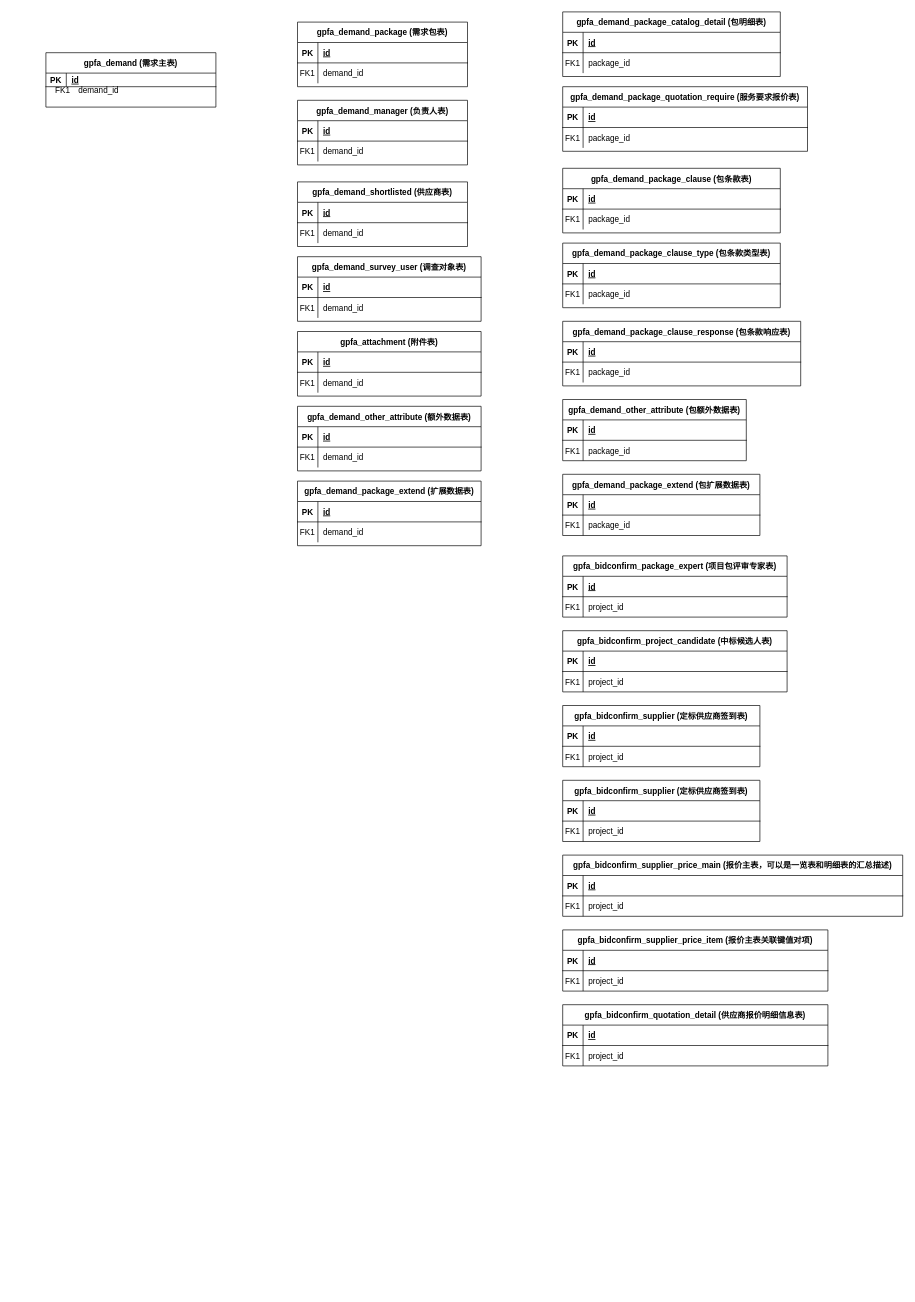
This is demand_data_hierarchy.drawio from dernight1/draw.io, a draw.io file, before an edit. Source tidied: cells renumbered, new cells numbered last; positions are measured from the earlier drawing's top-left corner, leaving out a move shared by most shapes. Both pictures are drawn from the tidied source at 68%, with x=0, y=0 at pixel (46, 12).
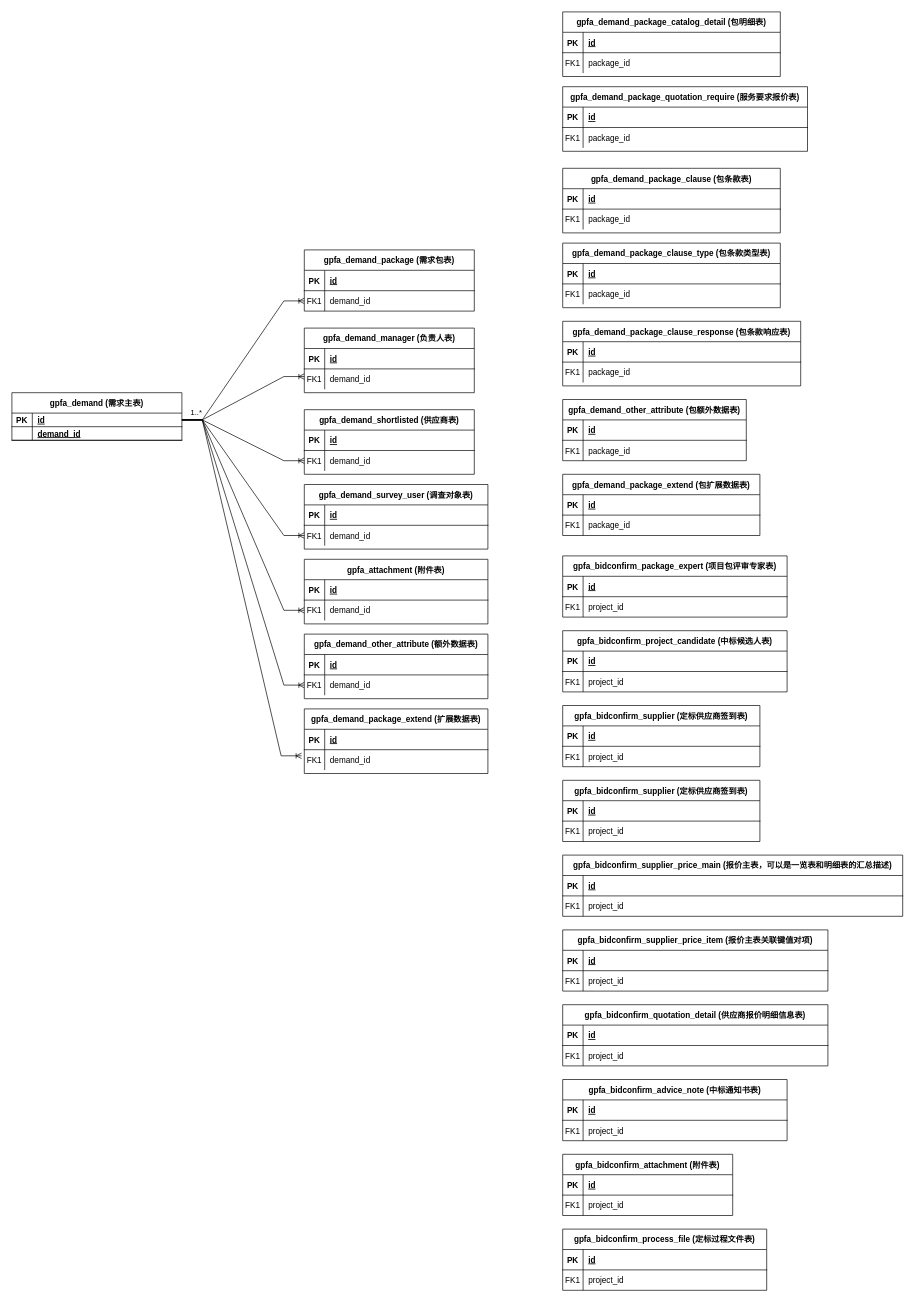
Above is the later version.

Unchanged cells that the change refers to:
```xml
<mxCell id="6" style="shape=partialRectangle;fillColor=none;points=[[0,0.5],[1,0.5]];portConstraint=eastwest;top=0;left=0;right=0;bottom=0;" parent="2" vertex="1">
  <mxGeometry y="60" width="250" height="30" as="geometry" />
</mxCell>
<mxCell id="10" style="shape=partialRectangle;fillColor=none;points=[[0,0.5],[1,0.5]];portConstraint=eastwest;top=0;left=0;right=0;bottom=1;" parent="9" vertex="1">
  <mxGeometry y="30" width="250" height="20" as="geometry" />
</mxCell>
<mxCell id="34" style="shape=partialRectangle;fillColor=none;points=[[0,0.5],[1,0.5]];portConstraint=eastwest;top=0;left=0;right=0;bottom=0;" parent="30" vertex="1">
  <mxGeometry y="60" width="250" height="30" as="geometry" />
</mxCell>
<mxCell id="41" style="shape=partialRectangle;fillColor=none;points=[[0,0.5],[1,0.5]];portConstraint=eastwest;top=0;left=0;right=0;bottom=0;" parent="37" vertex="1">
  <mxGeometry y="60" width="270" height="30" as="geometry" />
</mxCell>
<mxCell id="48" style="shape=partialRectangle;fillColor=none;points=[[0,0.5],[1,0.5]];portConstraint=eastwest;top=0;left=0;right=0;bottom=0;" parent="44" vertex="1">
  <mxGeometry y="60" width="270" height="30" as="geometry" />
</mxCell>
<mxCell id="55" style="shape=partialRectangle;fillColor=none;points=[[0,0.5],[1,0.5]];portConstraint=eastwest;top=0;left=0;right=0;bottom=0;" parent="51" vertex="1">
  <mxGeometry y="60" width="270" height="30" as="geometry" />
</mxCell>
<mxCell id="62" style="shape=partialRectangle;fillColor=none;points=[[0,0.5],[1,0.5]];portConstraint=eastwest;top=0;left=0;right=0;bottom=0;" parent="58" vertex="1">
  <mxGeometry y="60" width="270" height="30" as="geometry" />
</mxCell>
```

The edit, as a diff of the source:
```diff
@@
     <mxCell id="2" value="gpfa_demand_package (需求包表)" style="shape=table;startSize=30;childLayout=tableLayout;rowLines=0;fontStyle=1;align=center;" parent="1" vertex="1">
-      <mxGeometry x="370" y="15" width="250" height="95" as="geometry" />
+      <mxGeometry x="380" y="350" width="250" height="90" as="geometry" />
     </mxCell>
@@
     <mxCell id="9" value="gpfa_demand (需求主表)" style="shape=table;startSize=30;childLayout=tableLayout;rowLines=0;fontStyle=1;align=center;" parent="1" vertex="1">
-      <mxGeometry y="60" width="250" height="80" as="geometry" />
+      <mxGeometry x="-50" y="560" width="250" height="70" as="geometry" />
     </mxCell>
@@
+    <mxCell id="156" style="shape=partialRectangle;fillColor=none;top=0;left=0;right=0;bottom=1;" parent="9" vertex="1">
+      <mxGeometry y="50" width="250" height="20" as="geometry" />
+    </mxCell>
+    <mxCell id="157" style="shape=partialRectangle;overflow=hidden;fillColor=none;top=0;left=0;bottom=0;right=0;fontStyle=1;" parent="156" vertex="1">
+      <mxGeometry width="30" height="20" as="geometry" />
+    </mxCell>
+    <mxCell id="29" value="demand_id" style="shape=partialRectangle;overflow=hidden;fillColor=none;top=0;left=0;bottom=0;right=0;align=left;spacingLeft=6;fontStyle=5;" parent="156" vertex="1">
+      <mxGeometry x="30" width="220" height="20" as="geometry" />
+    </mxCell>
@@
     <mxCell id="20" value="gpfa_demand_manager (负责人表)" style="shape=table;startSize=30;childLayout=tableLayout;rowLines=0;fontStyle=1;align=center;" parent="1" vertex="1">
-      <mxGeometry x="370" y="130" width="250" height="95" as="geometry" />
+      <mxGeometry x="380" y="465" width="250" height="95" as="geometry" />
     </mxCell>
@@
-    <mxCell id="27" style="shape=partialRectangle;fillColor=none;top=0;left=0;right=0;bottom=0;" parent="1" vertex="1">
-      <mxGeometry x="10" y="100" width="250" height="30" as="geometry" />
-    </mxCell>
-    <mxCell id="28" value="FK1" style="shape=partialRectangle;overflow=hidden;fillColor=none;top=0;left=0;bottom=0;right=0;" parent="27" vertex="1">
-      <mxGeometry width="30" height="30" as="geometry" />
-    </mxCell>
-    <mxCell id="29" value="demand_id" style="shape=partialRectangle;overflow=hidden;fillColor=none;top=0;left=0;bottom=0;right=0;align=left;spacingLeft=6;" parent="27" vertex="1">
-      <mxGeometry x="30" width="220" height="30" as="geometry" />
-    </mxCell>
     <mxCell id="30" value="gpfa_demand_shortlisted (供应商表)" style="shape=table;startSize=30;childLayout=tableLayout;rowLines=0;fontStyle=1;align=center;" parent="1" vertex="1">
-      <mxGeometry x="370" y="250" width="250" height="95" as="geometry" />
+      <mxGeometry x="380" y="585" width="250" height="95" as="geometry" />
     </mxCell>
@@
     <mxCell id="37" value="gpfa_demand_survey_user (调查对象表)" style="shape=table;startSize=30;childLayout=tableLayout;rowLines=0;fontStyle=1;align=center;" parent="1" vertex="1">
-      <mxGeometry x="370" y="360" width="270" height="95" as="geometry" />
+      <mxGeometry x="380" y="695" width="270" height="95" as="geometry" />
     </mxCell>
@@
     <mxCell id="44" value="gpfa_attachment (附件表)" style="shape=table;startSize=30;childLayout=tableLayout;rowLines=0;fontStyle=1;align=center;" parent="1" vertex="1">
-      <mxGeometry x="370" y="470" width="270" height="95" as="geometry" />
+      <mxGeometry x="380" y="805" width="270" height="95" as="geometry" />
     </mxCell>
@@
     <mxCell id="51" value="gpfa_demand_other_attribute (额外数据表)" style="shape=table;startSize=30;childLayout=tableLayout;rowLines=0;fontStyle=1;align=center;" parent="1" vertex="1">
-      <mxGeometry x="370" y="580" width="270" height="95" as="geometry" />
+      <mxGeometry x="380" y="915" width="270" height="95" as="geometry" />
     </mxCell>
@@
     <mxCell id="58" value="gpfa_demand_package_extend (扩展数据表)" style="shape=table;startSize=30;childLayout=tableLayout;rowLines=0;fontStyle=1;align=center;" parent="1" vertex="1">
-      <mxGeometry x="370" y="690" width="270" height="95" as="geometry" />
+      <mxGeometry x="380" y="1025" width="270" height="95" as="geometry" />
     </mxCell>
@@
+    <mxCell id="158" value="gpfa_bidconfirm_advice_note (中标通知书表)" style="shape=table;startSize=30;childLayout=tableLayout;rowLines=0;fontStyle=1;align=center;" parent="1" vertex="1">
+      <mxGeometry x="760" y="1570" width="330" height="90" as="geometry" />
+    </mxCell>
+    <mxCell id="159" style="shape=partialRectangle;fillColor=none;top=0;left=0;right=0;bottom=1;" parent="158" vertex="1">
+      <mxGeometry y="30" width="330" height="30" as="geometry" />
+    </mxCell>
+    <mxCell id="160" value="PK" style="shape=partialRectangle;overflow=hidden;fillColor=none;top=0;left=0;bottom=0;right=0;fontStyle=1;" parent="159" vertex="1">
+      <mxGeometry width="30" height="30" as="geometry" />
+    </mxCell>
+    <mxCell id="161" value="id " style="shape=partialRectangle;overflow=hidden;fillColor=none;top=0;left=0;bottom=0;right=0;align=left;spacingLeft=6;fontStyle=5;" parent="159" vertex="1">
+      <mxGeometry x="30" width="300" height="30" as="geometry" />
+    </mxCell>
+    <mxCell id="162" style="shape=partialRectangle;fillColor=none;top=0;left=0;right=0;bottom=0;" parent="158" vertex="1">
+      <mxGeometry y="60" width="330" height="30" as="geometry" />
+    </mxCell>
+    <mxCell id="163" value="FK1" style="shape=partialRectangle;overflow=hidden;fillColor=none;top=0;left=0;bottom=0;right=0;" parent="162" vertex="1">
+      <mxGeometry width="30" height="30" as="geometry" />
+    </mxCell>
+    <mxCell id="164" value="project_id" style="shape=partialRectangle;overflow=hidden;fillColor=none;top=0;left=0;bottom=0;right=0;align=left;spacingLeft=6;" parent="162" vertex="1">
+      <mxGeometry x="30" width="300" height="30" as="geometry" />
+    </mxCell>
+    <mxCell id="165" value="gpfa_bidconfirm_attachment (附件表)" style="shape=table;startSize=30;childLayout=tableLayout;rowLines=0;fontStyle=1;align=center;" parent="1" vertex="1">
+      <mxGeometry x="760" y="1680" width="250" height="90" as="geometry" />
+    </mxCell>
+    <mxCell id="166" style="shape=partialRectangle;fillColor=none;top=0;left=0;right=0;bottom=1;" parent="165" vertex="1">
+      <mxGeometry y="30" width="250" height="30" as="geometry" />
+    </mxCell>
+    <mxCell id="167" value="PK" style="shape=partialRectangle;overflow=hidden;fillColor=none;top=0;left=0;bottom=0;right=0;fontStyle=1;" parent="166" vertex="1">
+      <mxGeometry width="30" height="30" as="geometry" />
+    </mxCell>
+    <mxCell id="168" value="id " style="shape=partialRectangle;overflow=hidden;fillColor=none;top=0;left=0;bottom=0;right=0;align=left;spacingLeft=6;fontStyle=5;" parent="166" vertex="1">
+      <mxGeometry x="30" width="220" height="30" as="geometry" />
+    </mxCell>
+    <mxCell id="169" style="shape=partialRectangle;fillColor=none;top=0;left=0;right=0;bottom=0;" parent="165" vertex="1">
+      <mxGeometry y="60" width="250" height="30" as="geometry" />
+    </mxCell>
+    <mxCell id="170" value="FK1" style="shape=partialRectangle;overflow=hidden;fillColor=none;top=0;left=0;bottom=0;right=0;" parent="169" vertex="1">
+      <mxGeometry width="30" height="30" as="geometry" />
+    </mxCell>
+    <mxCell id="171" value="project_id" style="shape=partialRectangle;overflow=hidden;fillColor=none;top=0;left=0;bottom=0;right=0;align=left;spacingLeft=6;" parent="169" vertex="1">
+      <mxGeometry x="30" width="220" height="30" as="geometry" />
+    </mxCell>
+    <mxCell id="172" value="gpfa_bidconfirm_process_file (定标过程文件表)" style="shape=table;startSize=30;childLayout=tableLayout;rowLines=0;fontStyle=1;align=center;" parent="1" vertex="1">
+      <mxGeometry x="760" y="1790" width="300" height="90" as="geometry" />
+    </mxCell>
+    <mxCell id="173" style="shape=partialRectangle;fillColor=none;top=0;left=0;right=0;bottom=1;" parent="172" vertex="1">
+      <mxGeometry y="30" width="300" height="30" as="geometry" />
+    </mxCell>
+    <mxCell id="174" value="PK" style="shape=partialRectangle;overflow=hidden;fillColor=none;top=0;left=0;bottom=0;right=0;fontStyle=1;" parent="173" vertex="1">
+      <mxGeometry width="30" height="30" as="geometry" />
+    </mxCell>
+    <mxCell id="175" value="id " style="shape=partialRectangle;overflow=hidden;fillColor=none;top=0;left=0;bottom=0;right=0;align=left;spacingLeft=6;fontStyle=5;" parent="173" vertex="1">
+      <mxGeometry x="30" width="270" height="30" as="geometry" />
+    </mxCell>
+    <mxCell id="176" style="shape=partialRectangle;fillColor=none;top=0;left=0;right=0;bottom=0;" parent="172" vertex="1">
+      <mxGeometry y="60" width="300" height="30" as="geometry" />
+    </mxCell>
+    <mxCell id="177" value="FK1" style="shape=partialRectangle;overflow=hidden;fillColor=none;top=0;left=0;bottom=0;right=0;" parent="176" vertex="1">
+      <mxGeometry width="30" height="30" as="geometry" />
+    </mxCell>
+    <mxCell id="178" value="project_id" style="shape=partialRectangle;overflow=hidden;fillColor=none;top=0;left=0;bottom=0;right=0;align=left;spacingLeft=6;" parent="176" vertex="1">
+      <mxGeometry x="30" width="270" height="30" as="geometry" />
+    </mxCell>
+    <mxCell id="179" style="edgeStyle=entityRelationEdgeStyle;fontSize=12;html=1;endArrow=ERoneToMany;rounded=0;entryX=0;entryY=0.5;entryDx=0;entryDy=0;exitX=1;exitY=0.5;exitDx=0;exitDy=0;" parent="1" edge="1" source="10" target="6">
+      <mxGeometry relative="1" as="geometry" />
+    </mxCell>
+    <mxCell id="180" value="1..*" style="edgeLabel;html=1;align=center;verticalAlign=middle;" parent="179" vertex="1">
+      <mxGeometry x="-0.17" y="1" relative="1" as="geometry">
+        <mxPoint x="-56" y="59" as="offset" />
+      </mxGeometry>
+    </mxCell>
+    <mxCell id="181" style="edgeStyle=entityRelationEdgeStyle;fontSize=12;html=1;endArrow=ERoneToMany;rounded=0;entryX=0;entryY=0.75;entryDx=0;entryDy=0;exitX=1;exitY=0.5;exitDx=0;exitDy=0;" parent="1" edge="1" source="10" target="20">
+      <mxGeometry relative="1" as="geometry" />
+    </mxCell>
+    <mxCell id="182" style="edgeStyle=entityRelationEdgeStyle;fontSize=12;html=1;endArrow=ERoneToMany;rounded=0;entryX=0;entryY=0.5;entryDx=0;entryDy=0;exitX=1;exitY=0.5;exitDx=0;exitDy=0;" parent="1" edge="1" source="10" target="34">
+      <mxGeometry relative="1" as="geometry" />
+    </mxCell>
+    <mxCell id="183" style="edgeStyle=entityRelationEdgeStyle;fontSize=12;html=1;endArrow=ERoneToMany;rounded=0;entryX=0;entryY=0.5;entryDx=0;entryDy=0;exitX=1;exitY=0.5;exitDx=0;exitDy=0;" parent="1" edge="1" source="10" target="41">
+      <mxGeometry relative="1" as="geometry" />
+    </mxCell>
+    <mxCell id="184" style="edgeStyle=entityRelationEdgeStyle;fontSize=12;html=1;endArrow=ERoneToMany;rounded=0;entryX=0;entryY=0.5;entryDx=0;entryDy=0;exitX=1;exitY=0.5;exitDx=0;exitDy=0;" parent="1" edge="1" source="10" target="48">
+      <mxGeometry relative="1" as="geometry" />
+    </mxCell>
+    <mxCell id="185" style="edgeStyle=entityRelationEdgeStyle;fontSize=12;html=1;endArrow=ERoneToMany;rounded=0;entryX=0;entryY=0.5;entryDx=0;entryDy=0;" parent="1" edge="1" target="55">
+      <mxGeometry relative="1" as="geometry">
+        <mxPoint x="200" y="600" as="sourcePoint" />
+      </mxGeometry>
+    </mxCell>
+    <mxCell id="186" style="edgeStyle=entityRelationEdgeStyle;fontSize=12;html=1;endArrow=ERoneToMany;rounded=0;entryX=-0.015;entryY=0.3;entryDx=0;entryDy=0;entryPerimeter=0;exitX=1;exitY=0.5;exitDx=0;exitDy=0;" parent="1" edge="1" source="10" target="62">
+      <mxGeometry relative="1" as="geometry" />
+    </mxCell>
```
